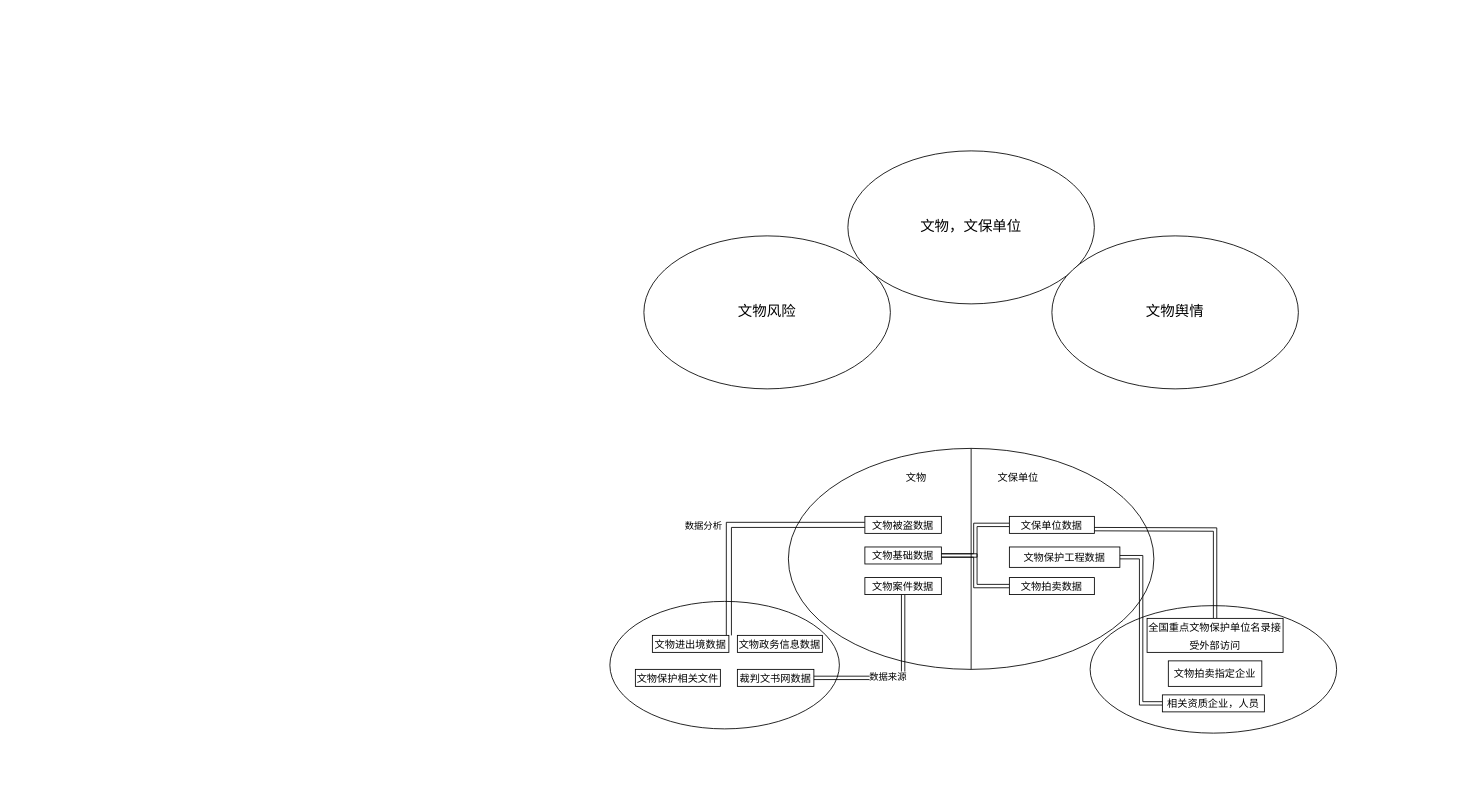
Above: pic3.drawio in lovefxyo/drawio (draw.io), before the change. Source tidied: cells renumbered, new cells numbered last; positions are measured from the earlier drawing's top-left corner, leaving out a move shared by most shapes. Both pictures are drawn from the tidied source at 85%, with x=0, y=0 at pixel (609, 150).
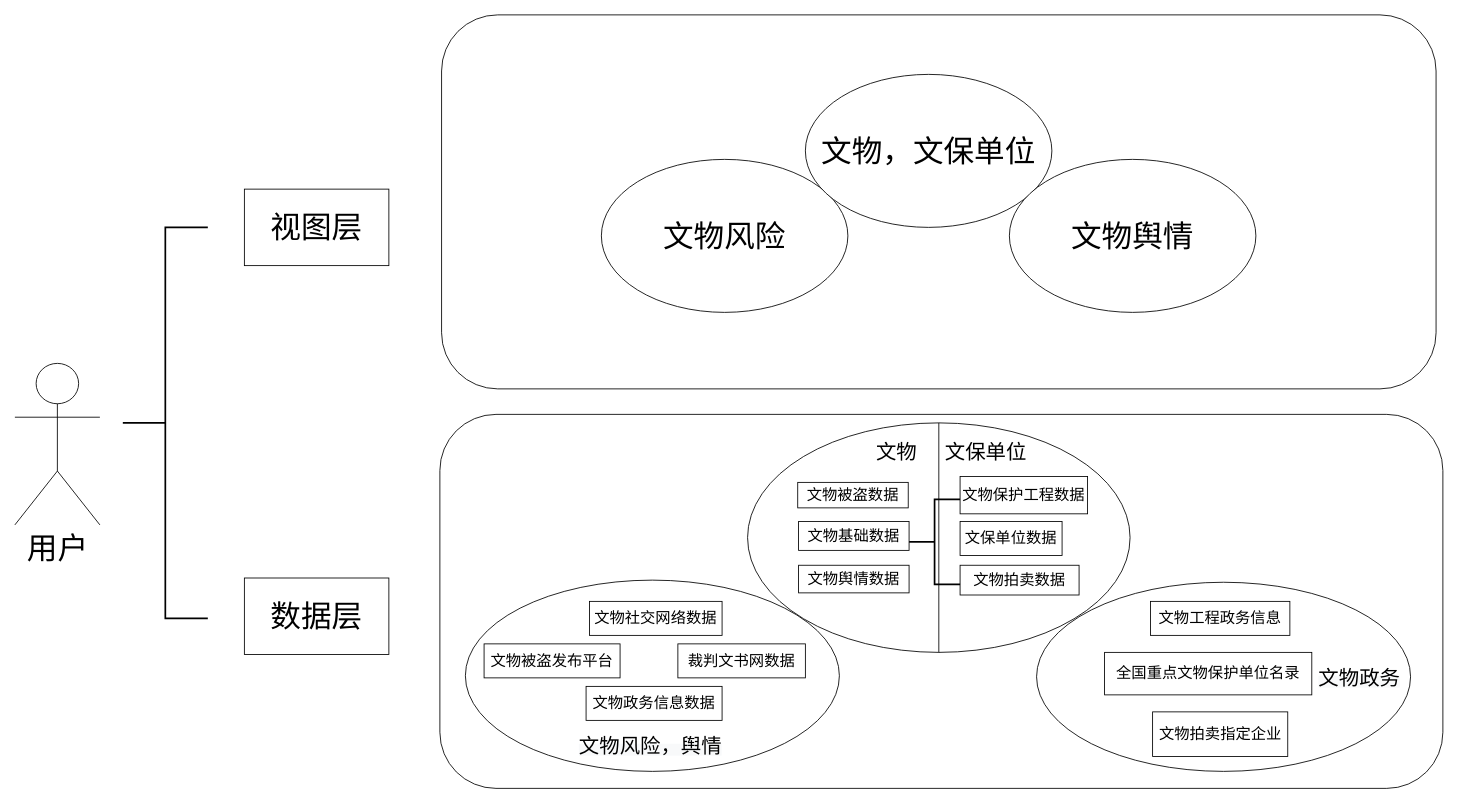
Above is the later version.

What changed in the source:
```diff
@@
+    <mxCell id="32" style="rounded=1;whiteSpace=wrap;html=1;fontSize=36;" parent="1" vertex="1">
+      <mxGeometry x="-200" y="310" width="1180" height="440" as="geometry" />
+    </mxCell>
+    <mxCell id="33" style="rounded=1;whiteSpace=wrap;html=1;fontSize=36;" parent="1" vertex="1">
+      <mxGeometry x="-198" y="-160" width="1170" height="440" as="geometry" />
+    </mxCell>
+    <mxCell id="34" style="ellipse;whiteSpace=wrap;html=1;shadow=0;direction=west;fontSize=17;" parent="1" vertex="1">
+      <mxGeometry x="-170" y="505" width="440" height="225" as="geometry" />
+    </mxCell>
-    <mxCell id="2" value="文物风险" style="ellipse;whiteSpace=wrap;html=1;shadow=0;direction=west;fontSize=17;" parent="1" vertex="1">
-      <mxGeometry x="40" y="100" width="290" height="180" as="geometry" />
+    <mxCell id="2" value="&lt;font style=&quot;font-size: 36px;&quot;&gt;文物风险&lt;/font&gt;" style="ellipse;whiteSpace=wrap;html=1;shadow=0;direction=west;fontSize=17;" parent="1" vertex="1">
+      <mxGeometry x="-10" y="10" width="290" height="180" as="geometry" />
     </mxCell>
-    <mxCell id="3" value="文物，文保单位" style="ellipse;whiteSpace=wrap;html=1;shadow=0;direction=west;fontSize=17;" parent="1" vertex="1">
-      <mxGeometry x="280" width="290" height="180" as="geometry" />
+    <mxCell id="3" value="&lt;font style=&quot;font-size: 36px;&quot;&gt;文物，文保单位&lt;/font&gt;" style="ellipse;whiteSpace=wrap;html=1;shadow=0;direction=west;fontSize=17;" parent="1" vertex="1">
+      <mxGeometry x="230" y="-90" width="290" height="180" as="geometry" />
     </mxCell>
-    <mxCell id="4" value="文物舆情" style="ellipse;whiteSpace=wrap;html=1;shadow=0;direction=west;fontSize=17;" parent="1" vertex="1">
-      <mxGeometry x="520" y="100" width="290" height="180" as="geometry" />
+    <mxCell id="4" value="&lt;font style=&quot;font-size: 36px;&quot;&gt;文物舆情&lt;/font&gt;" style="ellipse;whiteSpace=wrap;html=1;shadow=0;direction=west;fontSize=17;" parent="1" vertex="1">
+      <mxGeometry x="470" y="10" width="290" height="180" as="geometry" />
     </mxCell>
     <mxCell id="5" style="ellipse;whiteSpace=wrap;html=1;shadow=0;direction=west;fontSize=17;" parent="1" vertex="1">
-      <mxGeometry x="210" y="350" width="430" height="260" as="geometry" />
+      <mxGeometry x="162" y="320" width="450" height="270" as="geometry" />
     </mxCell>
-    <mxCell id="6" style="ellipse;whiteSpace=wrap;html=1;shadow=0;direction=west;fontSize=17;" parent="1" vertex="1">
-      <mxGeometry y="530" width="270" height="150" as="geometry" />
-    </mxCell>
     <mxCell id="7" style="ellipse;whiteSpace=wrap;html=1;shadow=0;direction=west;fontSize=17;" parent="1" vertex="1">
-      <mxGeometry x="565" y="535" width="290" height="150" as="geometry" />
+      <mxGeometry x="502" y="507.5" width="440" height="222.5" as="geometry" />
     </mxCell>
-    <mxCell id="8" style="edgeStyle=orthogonalEdgeStyle;rounded=0;jettySize=auto;html=1;entryX=0;entryY=0.5;entryDx=0;entryDy=0;fontSize=12;shape=link;width=6;" parent="1" edge="1" source="10" target="13">
-      <mxGeometry relative="1" as="geometry">
-        <Array as="points">
-          <mxPoint x="140" y="580" />
-          <mxPoint x="140" y="440" />
-        </Array>
-      </mxGeometry>
-    </mxCell>
-    <mxCell id="9" value="数据分析" style="edgeLabel;html=1;align=center;verticalAlign=middle;fontSize=11;" parent="8" vertex="1">
-      <mxGeometry x="0.01" y="-2" relative="1" as="geometry">
-        <mxPoint x="-47" y="-2" as="offset" />
-      </mxGeometry>
-    </mxCell>
-    <mxCell id="10" value="&lt;font style=&quot;font-size: 12px;&quot;&gt;文物进出境数据&lt;/font&gt;" style="rounded=0;whiteSpace=wrap;html=1;shadow=0;fontSize=17;" parent="1" vertex="1">
-      <mxGeometry x="50" y="570" width="90" height="20" as="geometry" />
+    <mxCell id="10" value="&lt;font style=&quot;font-size: 18px;&quot;&gt;文物社交网络数据&lt;/font&gt;" style="rounded=0;whiteSpace=wrap;html=1;shadow=0;fontSize=17;" parent="1" vertex="1">
+      <mxGeometry x="-24" y="530" width="156" height="40" as="geometry" />
     </mxCell>
-    <mxCell id="11" value="&lt;span style=&quot;font-size: 12px;&quot;&gt;文物保护相关文件&lt;/span&gt;" style="rounded=0;whiteSpace=wrap;html=1;shadow=0;fontSize=17;" parent="1" vertex="1">
-      <mxGeometry x="30" y="610" width="100" height="20" as="geometry" />
+    <mxCell id="11" value="&lt;span style=&quot;font-size: 18px;&quot;&gt;文物被盗发布平台&lt;/span&gt;" style="rounded=0;whiteSpace=wrap;html=1;shadow=0;fontSize=17;" parent="1" vertex="1">
+      <mxGeometry x="-148" y="580" width="160" height="40" as="geometry" />
     </mxCell>
-    <mxCell id="12" value="&lt;span style=&quot;font-size: 12px;&quot;&gt;裁判文书网数据&lt;/span&gt;" style="rounded=0;whiteSpace=wrap;html=1;shadow=0;fontSize=17;" parent="1" vertex="1">
-      <mxGeometry x="150" y="610" width="90" height="20" as="geometry" />
+    <mxCell id="12" value="&lt;font style=&quot;font-size: 18px;&quot;&gt;裁判文书网数据&lt;/font&gt;" style="rounded=0;whiteSpace=wrap;html=1;shadow=0;fontSize=17;" parent="1" vertex="1">
+      <mxGeometry x="80" y="580" width="150" height="40" as="geometry" />
     </mxCell>
-    <mxCell id="13" value="&lt;font style=&quot;font-size: 12px;&quot;&gt;文物被盗数据&lt;/font&gt;" style="rounded=0;whiteSpace=wrap;html=1;shadow=0;fontSize=17;" parent="1" vertex="1">
-      <mxGeometry x="300" y="430" width="90" height="20" as="geometry" />
+    <mxCell id="13" value="&lt;font style=&quot;font-size: 18px;&quot;&gt;文物被盗数据&lt;/font&gt;" style="rounded=0;whiteSpace=wrap;html=1;shadow=0;fontSize=17;" parent="1" vertex="1">
+      <mxGeometry x="221" y="390" width="130" height="30" as="geometry" />
     </mxCell>
-    <mxCell id="14" style="edgeStyle=orthogonalEdgeStyle;rounded=0;jettySize=auto;html=1;entryX=0;entryY=0.5;entryDx=0;entryDy=0;fontSize=12;shape=link;" parent="1" edge="1" source="15" target="20">
-      <mxGeometry relative="1" as="geometry" />
-    </mxCell>
-    <mxCell id="15" value="&lt;font style=&quot;font-size: 12px;&quot;&gt;文物基础数据&lt;/font&gt;" style="rounded=0;whiteSpace=wrap;html=1;shadow=0;fontSize=17;" parent="1" vertex="1">
-      <mxGeometry x="300" y="466" width="90" height="20" as="geometry" />
+    <mxCell id="15" value="&lt;font style=&quot;font-size: 18px;&quot;&gt;文物基础数据&lt;/font&gt;" style="rounded=0;whiteSpace=wrap;html=1;shadow=0;fontSize=17;" parent="1" vertex="1">
+      <mxGeometry x="222" y="436" width="130" height="34" as="geometry" />
     </mxCell>
-    <mxCell id="16" style="edgeStyle=orthogonalEdgeStyle;rounded=0;jettySize=auto;html=1;exitX=0.5;exitY=1;exitDx=0;exitDy=0;entryX=1;entryY=0.5;entryDx=0;entryDy=0;fontSize=11;shape=link;" parent="1" edge="1" source="18" target="12">
-      <mxGeometry relative="1" as="geometry" />
-    </mxCell>
-    <mxCell id="17" value="数据来源" style="edgeLabel;html=1;align=center;verticalAlign=middle;fontSize=11;" parent="16" vertex="1">
-      <mxGeometry x="0.15" y="-2" relative="1" as="geometry" />
-    </mxCell>
-    <mxCell id="18" value="&lt;font style=&quot;font-size: 12px;&quot;&gt;文物案件数据&lt;/font&gt;" style="rounded=0;whiteSpace=wrap;html=1;shadow=0;fontSize=17;" parent="1" vertex="1">
-      <mxGeometry x="300" y="502" width="90" height="20" as="geometry" />
+    <mxCell id="18" value="&lt;font style=&quot;font-size: 18px;&quot;&gt;文物舆情数据&lt;/font&gt;" style="rounded=0;whiteSpace=wrap;html=1;shadow=0;fontSize=17;" parent="1" vertex="1">
+      <mxGeometry x="222" y="487.5" width="130" height="32.5" as="geometry" />
     </mxCell>
@@
-    <mxCell id="20" value="&lt;font style=&quot;font-size: 12px;&quot;&gt;文保单位数据&lt;/font&gt;" style="rounded=0;whiteSpace=wrap;html=1;shadow=0;fontSize=17;" parent="1" vertex="1">
-      <mxGeometry x="470" y="430" width="100" height="20" as="geometry" />
+    <mxCell id="20" value="&lt;font style=&quot;font-size: 18px;&quot;&gt;文保单位数据&lt;/font&gt;" style="rounded=0;whiteSpace=wrap;html=1;shadow=0;fontSize=17;" parent="1" vertex="1">
+      <mxGeometry x="412" y="436" width="120" height="40" as="geometry" />
     </mxCell>
-    <mxCell id="21" style="edgeStyle=orthogonalEdgeStyle;rounded=0;jettySize=auto;html=1;fontSize=12;entryX=0.5;entryY=0;entryDx=0;entryDy=0;shape=link;" parent="1" edge="1" target="25">
-      <mxGeometry relative="1" as="geometry">
-        <mxPoint x="570" y="445" as="sourcePoint" />
-      </mxGeometry>
-    </mxCell>
-    <mxCell id="22" value="&lt;span style=&quot;font-size: 12px;&quot;&gt;文物保护工程数据&lt;/span&gt;" style="rounded=0;whiteSpace=wrap;html=1;shadow=0;fontSize=17;" parent="1" vertex="1">
-      <mxGeometry x="470" y="466" width="130" height="24" as="geometry" />
+    <mxCell id="22" value="&lt;font style=&quot;font-size: 18px;&quot;&gt;文物保护工程数据&lt;/font&gt;" style="rounded=0;whiteSpace=wrap;html=1;shadow=0;fontSize=17;" parent="1" vertex="1">
+      <mxGeometry x="412" y="383" width="150" height="44" as="geometry" />
     </mxCell>
-    <mxCell id="23" style="edgeStyle=orthogonalEdgeStyle;rounded=0;jettySize=auto;html=1;exitX=0;exitY=0.5;exitDx=0;exitDy=0;entryX=1;entryY=0.5;entryDx=0;entryDy=0;fontSize=11;shape=link;" parent="1" edge="1" source="24" target="15">
-      <mxGeometry relative="1" as="geometry" />
-    </mxCell>
-    <mxCell id="24" value="&lt;span style=&quot;font-size: 12px;&quot;&gt;文物拍卖数据&lt;/span&gt;" style="rounded=0;whiteSpace=wrap;html=1;shadow=0;fontSize=17;" parent="1" vertex="1">
-      <mxGeometry x="470" y="502" width="100" height="20" as="geometry" />
+    <mxCell id="24" value="&lt;font style=&quot;font-size: 18px;&quot;&gt;文物拍卖数据&lt;/font&gt;" style="rounded=0;whiteSpace=wrap;html=1;shadow=0;fontSize=17;" parent="1" vertex="1">
+      <mxGeometry x="412" y="487.5" width="140" height="35" as="geometry" />
     </mxCell>
-    <mxCell id="25" value="&lt;span style=&quot;font-size: 12px;&quot;&gt;全国重点文物保护单位名录接受外部访问&lt;/span&gt;" style="rounded=0;whiteSpace=wrap;html=1;shadow=0;fontSize=17;" parent="1" vertex="1">
-      <mxGeometry x="632" y="550" width="160" height="40" as="geometry" />
+    <mxCell id="25" value="&lt;font style=&quot;font-size: 18px;&quot;&gt;全国重点文物保护单位名录&lt;/font&gt;" style="rounded=0;whiteSpace=wrap;html=1;shadow=0;fontSize=17;" parent="1" vertex="1">
+      <mxGeometry x="582" y="590" width="243.8" height="50" as="geometry" />
     </mxCell>
-    <mxCell id="26" value="&lt;span style=&quot;font-size: 12px;&quot;&gt;文物拍卖指定企业&lt;/span&gt;" style="rounded=0;whiteSpace=wrap;html=1;shadow=0;fontSize=17;" parent="1" vertex="1">
-      <mxGeometry x="657" y="600" width="110" height="30" as="geometry" />
+    <mxCell id="26" value="&lt;font style=&quot;font-size: 18px;&quot;&gt;文物拍卖指定企业&lt;/font&gt;" style="rounded=0;whiteSpace=wrap;html=1;shadow=0;fontSize=17;" parent="1" vertex="1">
+      <mxGeometry x="638.5" y="660" width="159" height="52.5" as="geometry" />
     </mxCell>
-    <mxCell id="27" style="edgeStyle=orthogonalEdgeStyle;rounded=0;jettySize=auto;html=1;entryX=1;entryY=0.5;entryDx=0;entryDy=0;fontSize=12;shape=link;" parent="1" edge="1" source="28" target="22">
-      <mxGeometry relative="1" as="geometry" />
-    </mxCell>
-    <mxCell id="28" value="&lt;span style=&quot;font-size: 12px;&quot;&gt;相关资质企业，人员&lt;/span&gt;" style="rounded=0;whiteSpace=wrap;html=1;shadow=0;fontSize=17;" parent="1" vertex="1">
-      <mxGeometry x="650" y="640" width="120" height="20" as="geometry" />
+    <mxCell id="28" value="&lt;font style=&quot;font-size: 18px;&quot;&gt;文物工程政务信息&lt;/font&gt;" style="rounded=0;whiteSpace=wrap;html=1;shadow=0;fontSize=17;" parent="1" vertex="1">
+      <mxGeometry x="636" y="530" width="164" height="40" as="geometry" />
     </mxCell>
-    <mxCell id="29" value="文物" style="text;html=1;align=center;verticalAlign=middle;strokeColor=none;fillColor=none;fontSize=12;" parent="1" vertex="1">
-      <mxGeometry x="335" y="370" width="50" height="30" as="geometry" />
+    <mxCell id="29" value="&lt;font style=&quot;font-size: 24px;&quot;&gt;文物&lt;/font&gt;" style="text;html=1;align=center;verticalAlign=middle;strokeColor=none;fillColor=none;fontSize=12;" parent="1" vertex="1">
+      <mxGeometry x="302" y="335" width="70" height="40" as="geometry" />
     </mxCell>
-    <mxCell id="30" value="文保单位" style="text;html=1;align=center;verticalAlign=middle;strokeColor=none;fillColor=none;fontSize=12;" parent="1" vertex="1">
-      <mxGeometry x="445" y="370" width="70" height="30" as="geometry" />
+    <mxCell id="30" value="&lt;font style=&quot;font-size: 24px;&quot;&gt;文保单位&lt;/font&gt;" style="text;html=1;align=center;verticalAlign=middle;strokeColor=none;fillColor=none;fontSize=12;" parent="1" vertex="1">
+      <mxGeometry x="382" y="335" width="120" height="40" as="geometry" />
     </mxCell>
-    <mxCell id="31" value="&lt;span style=&quot;font-size: 12px;&quot;&gt;文物政务信息数据&lt;/span&gt;" style="rounded=0;whiteSpace=wrap;html=1;shadow=0;fontSize=17;" parent="1" vertex="1">
-      <mxGeometry x="150" y="570" width="100" height="20" as="geometry" />
+    <mxCell id="31" value="&lt;font style=&quot;font-size: 18px;&quot;&gt;文物政务信息数据&lt;/font&gt;" style="rounded=0;whiteSpace=wrap;html=1;shadow=0;fontSize=17;" parent="1" vertex="1">
+      <mxGeometry x="-28" y="630" width="160" height="40" as="geometry" />
     </mxCell>
+    <mxCell id="35" value="&lt;span style=&quot;color: rgb(0, 0, 0); font-family: Helvetica; font-style: normal; font-variant-ligatures: normal; font-variant-caps: normal; font-weight: 400; letter-spacing: normal; orphans: 2; text-align: center; text-indent: 0px; text-transform: none; widows: 2; word-spacing: 0px; -webkit-text-stroke-width: 0px; background-color: rgb(248, 249, 250); text-decoration-thickness: initial; text-decoration-style: initial; text-decoration-color: initial; float: none; display: inline !important;&quot;&gt;&lt;font style=&quot;font-size: 24px;&quot;&gt;文物风险，舆情&lt;/font&gt;&lt;/span&gt;" style="text;whiteSpace=wrap;html=1;" parent="1" vertex="1">
+      <mxGeometry x="-38" y="680" width="184" height="60" as="geometry" />
+    </mxCell>
+    <mxCell id="36" value="&lt;span style=&quot;color: rgb(0, 0, 0); font-family: Helvetica; font-style: normal; font-variant-ligatures: normal; font-variant-caps: normal; font-weight: 400; letter-spacing: normal; orphans: 2; text-align: center; text-indent: 0px; text-transform: none; widows: 2; word-spacing: 0px; -webkit-text-stroke-width: 0px; background-color: rgb(248, 249, 250); text-decoration-thickness: initial; text-decoration-style: initial; text-decoration-color: initial; float: none; display: inline !important;&quot;&gt;&lt;font style=&quot;font-size: 24px;&quot;&gt;文物政务&lt;/font&gt;&lt;/span&gt;" style="text;whiteSpace=wrap;html=1;" parent="1" vertex="1">
+      <mxGeometry x="832" y="600" width="100" height="41.9" as="geometry" />
+    </mxCell>
+    <mxCell id="37" style="strokeWidth=2;html=1;shape=mxgraph.flowchart.annotation_2;align=left;labelPosition=right;fontSize=24;" parent="1" vertex="1">
+      <mxGeometry x="352" y="410" width="60" height="100" as="geometry" />
+    </mxCell>
+    <mxCell id="38" value="&lt;font style=&quot;font-size: 36px;&quot;&gt;用户&lt;/font&gt;" style="shape=umlActor;verticalLabelPosition=bottom;verticalAlign=top;html=1;fontSize=18;" parent="1" vertex="1">
+      <mxGeometry x="-700" y="250" width="100" height="190" as="geometry" />
+    </mxCell>
+    <mxCell id="39" style="strokeWidth=2;html=1;shape=mxgraph.flowchart.annotation_2;align=left;labelPosition=right;fontSize=18;" parent="1" vertex="1">
+      <mxGeometry x="-573" y="90" width="100" height="460" as="geometry" />
+    </mxCell>
+    <mxCell id="40" value="&lt;font style=&quot;font-size: 36px;&quot;&gt;数据层&lt;/font&gt;" style="rounded=0;whiteSpace=wrap;html=1;fontSize=18;" parent="1" vertex="1">
+      <mxGeometry x="-430" y="502.5" width="170" height="90" as="geometry" />
+    </mxCell>
+    <mxCell id="41" value="&lt;font style=&quot;font-size: 36px;&quot;&gt;视图层&lt;/font&gt;" style="rounded=0;whiteSpace=wrap;html=1;fontSize=18;" parent="1" vertex="1">
+      <mxGeometry x="-430" y="45" width="170" height="90" as="geometry" />
+    </mxCell>
```
